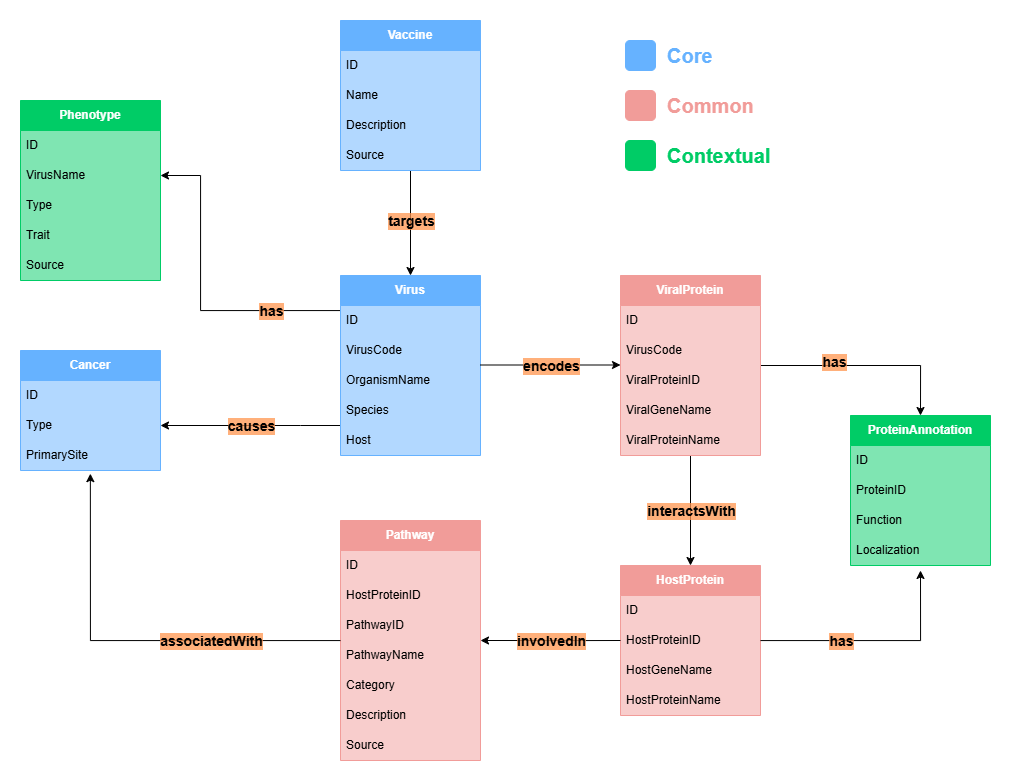
Frederick-abichahine/Oncovirus-Knowledge-Graph keeps this draw.io diagram as phase_1_purpose_definition/oncovirus_ER_diagram_light.png. Above is the earlier version. Source tidied: cells renumbered, new cells last; positions are measured from the earlier drawing's top-left corner, leaving out a move shared by most shapes.
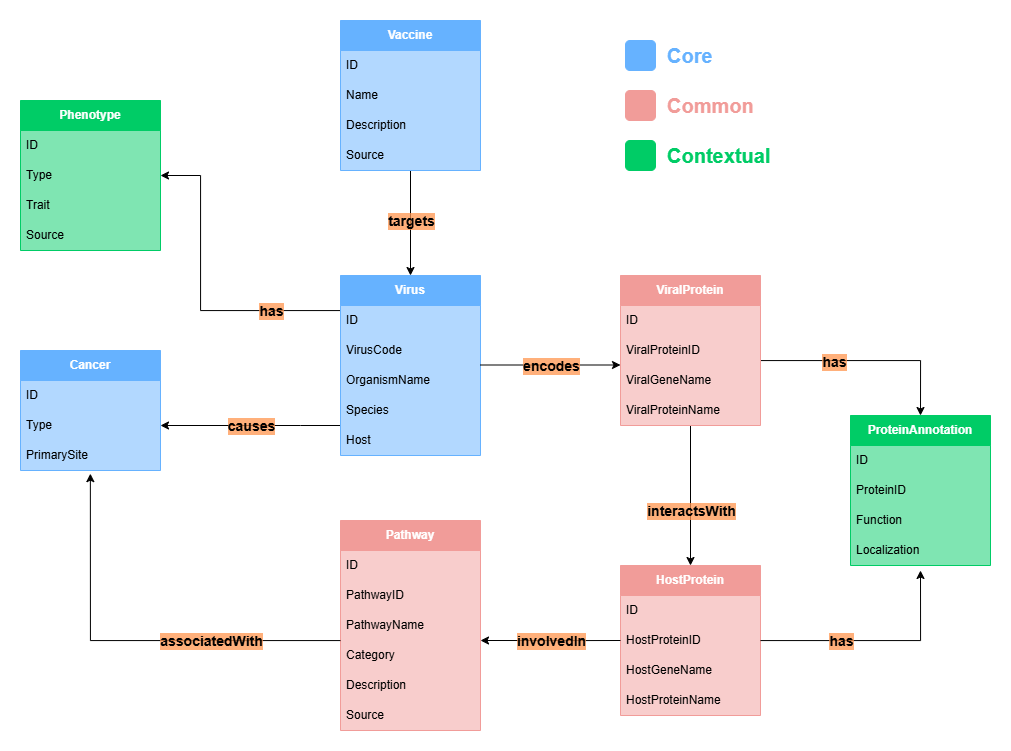
The same diagram one commit later.

Commit message:
Updating <> Phase 1 ER model

What changed in the source:
```diff
@@ -22,8 +22,9 @@
         </Array>
       </mxGeometry>
     </mxCell>
-    <mxCell id="7" style="edgeStyle=orthogonalEdgeStyle;rounded=0;jettySize=auto;html=1;entryX=1;entryY=0.5;entryDx=0;entryDy=0;" parent="1" edge="1" source="8" target="50">
+    <mxCell id="7" style="edgeStyle=orthogonalEdgeStyle;rounded=0;jettySize=auto;html=1;entryX=1;entryY=0.5;entryDx=0;entryDy=0;" parent="1" edge="1" source="8">
       <mxGeometry relative="1" as="geometry">
+        <mxPoint x="140" y="155" as="targetPoint" />
         <Array as="points">
           <mxPoint x="180" y="290" />
           <mxPoint x="180" y="155" />
@@ -55,49 +56,47 @@
       <mxGeometry x="-0.02" y="-2" relative="1" as="geometry" />
     </mxCell>
     <mxCell id="16" style="edgeStyle=orthogonalEdgeStyle;rounded=0;jettySize=auto;html=1;entryX=0.5;entryY=0;entryDx=0;entryDy=0;" parent="1" edge="1" source="17" target="42">
-      <mxGeometry relative="1" as="geometry" />
+      <mxGeometry relative="1" as="geometry">
+        <Array as="points">
+          <mxPoint x="900" y="340" />
+        </Array>
+      </mxGeometry>
     </mxCell>
     <mxCell id="17" value="&lt;b&gt;ViralProtein&lt;/b&gt;" style="swimlane;fontStyle=0;horizontal=1;startSize=30;whiteSpace=wrap;html=1;fillColor=#F19C99;fontColor=#ffffff;strokeColor=#F19C99;swimlaneFillColor=#F19C9980;" parent="1" vertex="1">
-      <mxGeometry x="600" y="255" width="140" height="180" as="geometry" />
+      <mxGeometry x="600" y="255" width="140" height="150" as="geometry" />
     </mxCell>
     <mxCell id="18" value="ID" style="text;strokeColor=none;fillColor=none;align=left;verticalAlign=middle;spacingLeft=4;spacingRight=4;overflow=hidden;whiteSpace=wrap;html=1;" parent="17" vertex="1">
       <mxGeometry y="30" width="140" height="30" as="geometry" />
     </mxCell>
-    <mxCell id="19" value="VirusCode" style="text;strokeColor=none;fillColor=none;align=left;verticalAlign=middle;spacingLeft=4;spacingRight=4;overflow=hidden;whiteSpace=wrap;html=1;" parent="17" vertex="1">
-      <mxGeometry y="60" width="140" height="30" as="geometry" />
-    </mxCell>
     <mxCell id="20" value="ViralProteinID" style="text;strokeColor=none;fillColor=none;align=left;verticalAlign=middle;spacingLeft=4;spacingRight=4;overflow=hidden;whiteSpace=wrap;html=1;" parent="17" vertex="1">
-      <mxGeometry y="90" width="140" height="30" as="geometry" />
+      <mxGeometry y="60" width="140" height="30" as="geometry" />
     </mxCell>
     <mxCell id="21" value="ViralGeneName" style="text;strokeColor=none;fillColor=none;align=left;verticalAlign=middle;spacingLeft=4;spacingRight=4;overflow=hidden;whiteSpace=wrap;html=1;" parent="17" vertex="1">
-      <mxGeometry y="120" width="140" height="30" as="geometry" />
+      <mxGeometry y="90" width="140" height="30" as="geometry" />
     </mxCell>
     <mxCell id="22" value="ViralProteinName" style="text;strokeColor=none;fillColor=none;align=left;verticalAlign=middle;spacingLeft=4;spacingRight=4;overflow=hidden;whiteSpace=wrap;html=1;" parent="17" vertex="1">
-      <mxGeometry y="150" width="140" height="30" as="geometry" />
+      <mxGeometry y="120" width="140" height="30" as="geometry" />
     </mxCell>
     <mxCell id="23" value="&lt;b&gt;Pathway&lt;/b&gt;" style="swimlane;fontStyle=0;horizontal=1;startSize=30;whiteSpace=wrap;html=1;fillColor=#F19C99;fontColor=#ffffff;strokeColor=#F19C99;swimlaneFillColor=#F19C9980;" parent="1" vertex="1">
-      <mxGeometry x="320" y="500" width="140" height="240" as="geometry" />
+      <mxGeometry x="320" y="500" width="140" height="210" as="geometry" />
     </mxCell>
     <mxCell id="24" value="ID" style="text;strokeColor=none;fillColor=none;align=left;verticalAlign=middle;spacingLeft=4;spacingRight=4;overflow=hidden;whiteSpace=wrap;html=1;" parent="23" vertex="1">
       <mxGeometry y="30" width="140" height="30" as="geometry" />
     </mxCell>
-    <mxCell id="25" value="HostProteinID" style="text;strokeColor=none;fillColor=none;align=left;verticalAlign=middle;spacingLeft=4;spacingRight=4;overflow=hidden;whiteSpace=wrap;html=1;" parent="23" vertex="1">
-      <mxGeometry y="60" width="140" height="30" as="geometry" />
-    </mxCell>
     <mxCell id="26" value="PathwayID" style="text;strokeColor=none;fillColor=none;align=left;verticalAlign=middle;spacingLeft=4;spacingRight=4;overflow=hidden;whiteSpace=wrap;html=1;" parent="23" vertex="1">
-      <mxGeometry y="90" width="140" height="30" as="geometry" />
+      <mxGeometry y="60" width="140" height="30" as="geometry" />
     </mxCell>
     <mxCell id="27" value="PathwayName" style="text;strokeColor=none;fillColor=none;align=left;verticalAlign=middle;spacingLeft=4;spacingRight=4;overflow=hidden;whiteSpace=wrap;html=1;" parent="23" vertex="1">
-      <mxGeometry y="120" width="140" height="30" as="geometry" />
+      <mxGeometry y="90" width="140" height="30" as="geometry" />
     </mxCell>
     <mxCell id="28" value="Category" style="text;strokeColor=none;fillColor=none;align=left;verticalAlign=middle;spacingLeft=4;spacingRight=4;overflow=hidden;whiteSpace=wrap;html=1;" parent="23" vertex="1">
-      <mxGeometry y="150" width="140" height="30" as="geometry" />
+      <mxGeometry y="120" width="140" height="30" as="geometry" />
     </mxCell>
     <mxCell id="29" value="Description" style="text;strokeColor=none;fillColor=none;align=left;verticalAlign=middle;spacingLeft=4;spacingRight=4;overflow=hidden;whiteSpace=wrap;html=1;" parent="23" vertex="1">
-      <mxGeometry y="180" width="140" height="30" as="geometry" />
+      <mxGeometry y="150" width="140" height="30" as="geometry" />
     </mxCell>
     <mxCell id="30" value="Source" style="text;strokeColor=none;fillColor=none;align=left;verticalAlign=middle;spacingLeft=4;spacingRight=4;overflow=hidden;whiteSpace=wrap;html=1;" parent="23" vertex="1">
-      <mxGeometry y="210" width="140" height="30" as="geometry" />
+      <mxGeometry y="180" width="140" height="30" as="geometry" />
     </mxCell>
     <mxCell id="31" style="edgeStyle=orthogonalEdgeStyle;rounded=0;jettySize=auto;html=1;entryX=0.5;entryY=0;entryDx=0;entryDy=0;" parent="1" edge="1" source="32" target="8">
       <mxGeometry relative="1" as="geometry" />
@@ -156,22 +155,19 @@
       </mxGeometry>
     </mxCell>
     <mxCell id="48" value="&lt;b&gt;Phenotype&lt;/b&gt;" style="swimlane;fontStyle=0;horizontal=1;startSize=30;whiteSpace=wrap;html=1;fillColor=#00CC66;fontColor=#ffffff;strokeColor=#00CC66;swimlaneFillColor=#00CC6680;" parent="1" vertex="1">
-      <mxGeometry y="80" width="140" height="180" as="geometry" />
+      <mxGeometry y="80" width="140" height="150" as="geometry" />
     </mxCell>
     <mxCell id="49" value="ID" style="text;strokeColor=none;fillColor=none;align=left;verticalAlign=middle;spacingLeft=4;spacingRight=4;overflow=hidden;whiteSpace=wrap;html=1;" parent="48" vertex="1">
       <mxGeometry y="30" width="140" height="30" as="geometry" />
     </mxCell>
-    <mxCell id="50" value="VirusName" style="text;strokeColor=none;fillColor=none;align=left;verticalAlign=middle;spacingLeft=4;spacingRight=4;overflow=hidden;points=[[0,0.5],[1,0.5]];portConstraint=eastwest;whiteSpace=wrap;html=1;" parent="48" vertex="1">
-      <mxGeometry y="60" width="140" height="30" as="geometry" />
-    </mxCell>
     <mxCell id="51" value="Type" style="text;strokeColor=none;fillColor=none;align=left;verticalAlign=middle;spacingLeft=4;spacingRight=4;overflow=hidden;whiteSpace=wrap;html=1;" parent="48" vertex="1">
-      <mxGeometry y="90" width="140" height="30" as="geometry" />
+      <mxGeometry y="60" width="140" height="30" as="geometry" />
     </mxCell>
     <mxCell id="52" value="Trait" style="text;strokeColor=none;fillColor=none;align=left;verticalAlign=middle;spacingLeft=4;spacingRight=4;overflow=hidden;whiteSpace=wrap;html=1;" parent="48" vertex="1">
-      <mxGeometry y="120" width="140" height="30" as="geometry" />
+      <mxGeometry y="90" width="140" height="30" as="geometry" />
     </mxCell>
     <mxCell id="53" value="Source" style="text;strokeColor=none;fillColor=none;align=left;verticalAlign=middle;spacingLeft=4;spacingRight=4;overflow=hidden;whiteSpace=wrap;html=1;" parent="48" vertex="1">
-      <mxGeometry y="150" width="140" height="30" as="geometry" />
+      <mxGeometry y="120" width="140" height="30" as="geometry" />
     </mxCell>
     <mxCell id="54" style="edgeStyle=orthogonalEdgeStyle;rounded=0;jettySize=auto;html=1;entryX=0.499;entryY=1.105;entryDx=0;entryDy=0;entryPerimeter=0;" parent="1" edge="1" source="23" target="5">
       <mxGeometry relative="1" as="geometry">
```
